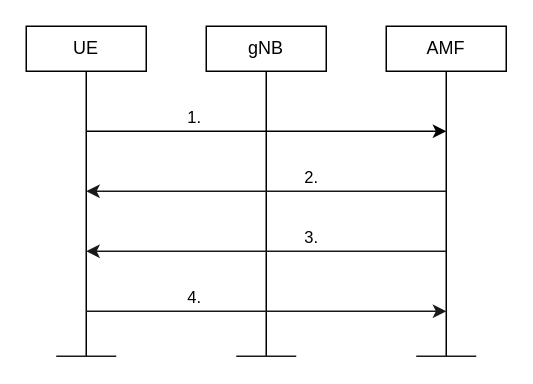
Before: screepsweet/4G salah.drawio in fajarmhr/drawiodump, a draw.io diagram. Source tidied: cells renumbered, new cells numbered last; positions are measured from the earlier drawing's top-left corner, leaving out a move shared by most shapes. Both pictures are drawn from the tidied source at 150%, with x=0, y=0 at pixel (26, 26).
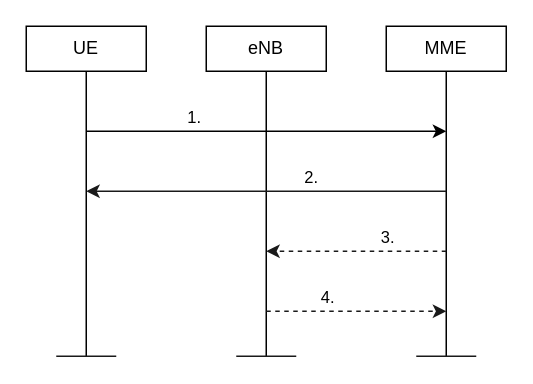
After the change.

What changed in the source:
```diff
@@
-    <mxCell id="5" value="AMF" style="rounded=0;whiteSpace=wrap;html=1;" parent="1" vertex="1">
+    <mxCell id="5" value="MME" style="rounded=0;whiteSpace=wrap;html=1;" parent="1" vertex="1">
       <mxGeometry x="240" width="80" height="30" as="geometry" />
     </mxCell>
-    <mxCell id="6" value="gNB" style="rounded=0;whiteSpace=wrap;html=1;" parent="1" vertex="1">
+    <mxCell id="6" value="eNB" style="rounded=0;whiteSpace=wrap;html=1;" parent="1" vertex="1">
       <mxGeometry x="120" width="80" height="30" as="geometry" />
     </mxCell>
@@
-    <mxCell id="12" style="endArrow=classic;html=1;rounded=0;strokeColor=#1A1A1A;" parent="1" edge="1">
+    <mxCell id="12" style="endArrow=classic;html=1;rounded=0;strokeColor=#1A1A1A;dashed=1;" parent="1" edge="1">
       <mxGeometry relative="1" as="geometry">
         <mxPoint x="280" y="150" as="sourcePoint" />
-        <mxPoint x="40" y="150" as="targetPoint" />
+        <mxPoint x="160" y="150" as="targetPoint" />
       </mxGeometry>
     </mxCell>
     <mxCell id="13" value="3." style="edgeLabel;html=1;align=center;verticalAlign=middle;" parent="12" vertex="1">
       <mxGeometry x="0.33" y="-1" relative="1" as="geometry">
-        <mxPoint x="69" y="-9" as="offset" />
+        <mxPoint x="40" y="-9" as="offset" />
       </mxGeometry>
     </mxCell>
-    <mxCell id="14" style="endArrow=classic;html=1;rounded=0;strokeColor=#1A1A1A;" parent="1" edge="1">
+    <mxCell id="14" style="endArrow=classic;html=1;rounded=0;strokeColor=#1A1A1A;dashed=1;" parent="1" edge="1">
       <mxGeometry relative="1" as="geometry">
-        <mxPoint x="40" y="190" as="sourcePoint" />
+        <mxPoint x="160" y="190" as="sourcePoint" />
         <mxPoint x="280" y="190" as="targetPoint" />
       </mxGeometry>
     </mxCell>
     <mxCell id="15" value="4." style="edgeLabel;html=1;align=center;verticalAlign=middle;" parent="14" vertex="1">
       <mxGeometry x="0.33" y="-1" relative="1" as="geometry">
-        <mxPoint x="-89" y="-11" as="offset" />
+        <mxPoint x="-40" y="-11" as="offset" />
       </mxGeometry>
     </mxCell>
```
